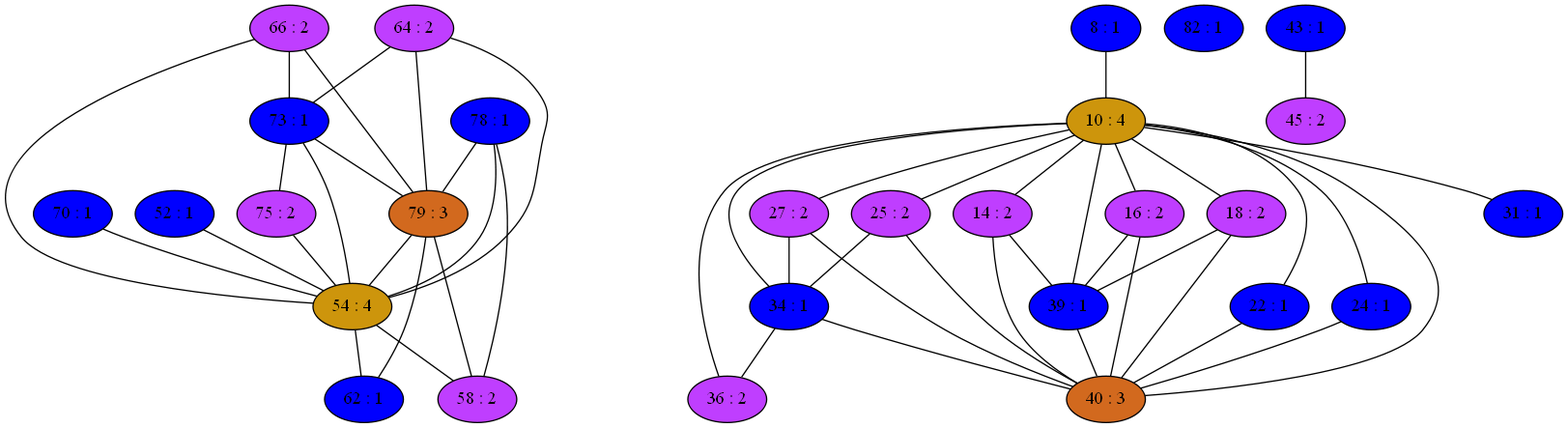
This is Compiler/15iGraph.png from mbajaj92/Project-Astoria, a Graphviz export, as it was before one commit. Its source is kept beside it as Compiler/15iGraph.dot.
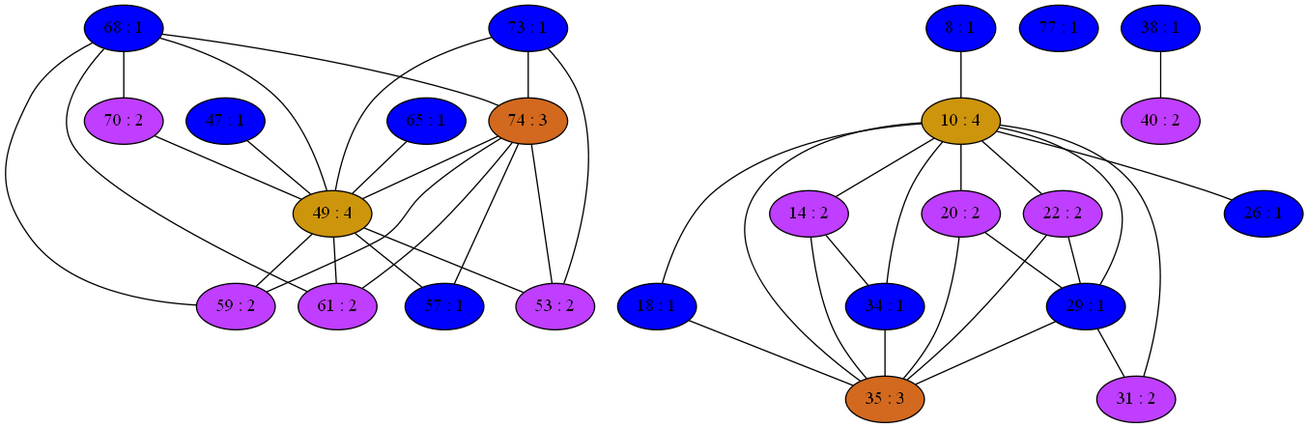
The same diagram one commit later.

What changed in the source:
```diff
@@ -1,128 +1,109 @@
 strict graph {
-64[label="64 : 2" style=filled fillcolor="darkorchid1"];
-64 -- 54
-64 -- 73
-64 -- 79
-66[label="66 : 2" style=filled fillcolor="darkorchid1"];
-66 -- 54
-66 -- 73
-66 -- 79
-70[label="70 : 1" style=filled fillcolor="blue1"];
-70 -- 54
+65[label="65 : 1" style=filled fillcolor="blue1"];
+65 -- 49
+68[label="68 : 1" style=filled fillcolor="blue1"];
+68 -- 49
+68 -- 70
+68 -- 74
+68 -- 59
+68 -- 61
+70[label="70 : 2" style=filled fillcolor="darkorchid1"];
+70 -- 49
+70 -- 68
 8[label="8 : 1" style=filled fillcolor="blue1"];
 8 -- 10
 73[label="73 : 1" style=filled fillcolor="blue1"];
-73 -- 64
-73 -- 66
-73 -- 54
-73 -- 75
-73 -- 79
+73 -- 49
+73 -- 53
+73 -- 74
 10[label="10 : 4" style=filled fillcolor="darkgoldenrod3"];
 10 -- 34
-10 -- 36
-10 -- 39
-10 -- 40
+10 -- 18
+10 -- 35
+10 -- 20
+10 -- 22
 10 -- 8
+10 -- 26
+10 -- 29
 10 -- 14
-10 -- 16
-10 -- 18
-10 -- 22
-10 -- 24
-10 -- 25
-10 -- 27
 10 -- 31
-75[label="75 : 2" style=filled fillcolor="darkorchid1"];
-75 -- 54
-75 -- 73
+74[label="74 : 3" style=filled fillcolor="chocolate"];
+74 -- 49
+74 -- 68
+74 -- 53
+74 -- 73
+74 -- 57
+74 -- 59
+74 -- 61
+77[label="77 : 1" style=filled fillcolor="blue1"];
 14[label="14 : 2" style=filled fillcolor="darkorchid1"];
-14 -- 39
-14 -- 40
+14 -- 34
+14 -- 35
 14 -- 10
-78[label="78 : 1" style=filled fillcolor="blue1"];
-78 -- 54
-78 -- 58
-78 -- 79
-79[label="79 : 3" style=filled fillcolor="chocolate"];
-79 -- 64
-79 -- 66
-79 -- 54
-79 -- 73
-79 -- 58
-79 -- 78
-79 -- 62
-16[label="16 : 2" style=filled fillcolor="darkorchid1"];
-16 -- 39
-16 -- 40
-16 -- 10
-18[label="18 : 2" style=filled fillcolor="darkorchid1"];
-18 -- 39
-18 -- 40
+18[label="18 : 1" style=filled fillcolor="blue1"];
+18 -- 35
 18 -- 10
-82[label="82 : 1" style=filled fillcolor="blue1"];
-22[label="22 : 1" style=filled fillcolor="blue1"];
-22 -- 40
+20[label="20 : 2" style=filled fillcolor="darkorchid1"];
+20 -- 35
+20 -- 10
+20 -- 29
+22[label="22 : 2" style=filled fillcolor="darkorchid1"];
+22 -- 35
 22 -- 10
-24[label="24 : 1" style=filled fillcolor="blue1"];
-24 -- 40
-24 -- 10
-25[label="25 : 2" style=filled fillcolor="darkorchid1"];
-25 -- 34
-25 -- 40
-25 -- 10
-27[label="27 : 2" style=filled fillcolor="darkorchid1"];
-27 -- 34
-27 -- 40
-27 -- 10
-31[label="31 : 1" style=filled fillcolor="blue1"];
+22 -- 29
+26[label="26 : 1" style=filled fillcolor="blue1"];
+26 -- 10
+29[label="29 : 1" style=filled fillcolor="blue1"];
+29 -- 35
+29 -- 20
+29 -- 22
+29 -- 10
+29 -- 31
+31[label="31 : 2" style=filled fillcolor="darkorchid1"];
 31 -- 10
+31 -- 29
 34[label="34 : 1" style=filled fillcolor="blue1"];
-34 -- 36
-34 -- 40
-34 -- 25
+34 -- 35
 34 -- 10
-34 -- 27
-36[label="36 : 2" style=filled fillcolor="darkorchid1"];
-36 -- 34
-36 -- 10
-39[label="39 : 1" style=filled fillcolor="blue1"];
-39 -- 16
-39 -- 18
-39 -- 40
-39 -- 10
-39 -- 14
-40[label="40 : 3" style=filled fillcolor="chocolate"];
-40 -- 16
-40 -- 34
-40 -- 18
-40 -- 22
-40 -- 39
-40 -- 24
-40 -- 25
-40 -- 10
-40 -- 27
-40 -- 14
-43[label="43 : 1" style=filled fillcolor="blue1"];
-43 -- 45
-45[label="45 : 2" style=filled fillcolor="darkorchid1"];
-45 -- 43
-52[label="52 : 1" style=filled fillcolor="blue1"];
-52 -- 54
-54[label="54 : 4" style=filled fillcolor="darkgoldenrod3"];
-54 -- 64
-54 -- 66
-54 -- 52
-54 -- 70
-54 -- 73
-54 -- 58
-54 -- 75
-54 -- 78
-54 -- 62
-54 -- 79
-58[label="58 : 2" style=filled fillcolor="darkorchid1"];
-58 -- 54
-58 -- 78
-58 -- 79
-62[label="62 : 1" style=filled fillcolor="blue1"];
-62 -- 54
-62 -- 79
+34 -- 14
+35[label="35 : 3" style=filled fillcolor="chocolate"];
+35 -- 34
+35 -- 18
+35 -- 20
+35 -- 22
+35 -- 10
+35 -- 29
+35 -- 14
+38[label="38 : 1" style=filled fillcolor="blue1"];
+38 -- 40
+40[label="40 : 2" style=filled fillcolor="darkorchid1"];
+40 -- 38
+47[label="47 : 1" style=filled fillcolor="blue1"];
+47 -- 49
+49[label="49 : 4" style=filled fillcolor="darkgoldenrod3"];
+49 -- 65
+49 -- 68
+49 -- 53
+49 -- 70
+49 -- 73
+49 -- 57
+49 -- 74
+49 -- 59
+49 -- 61
+49 -- 47
+53[label="53 : 2" style=filled fillcolor="darkorchid1"];
+53 -- 49
+53 -- 73
+53 -- 74
+57[label="57 : 1" style=filled fillcolor="blue1"];
+57 -- 49
+57 -- 74
+59[label="59 : 2" style=filled fillcolor="darkorchid1"];
+59 -- 49
+59 -- 68
+59 -- 74
+61[label="61 : 2" style=filled fillcolor="darkorchid1"];
+61 -- 49
+61 -- 68
+61 -- 74
 }
```
